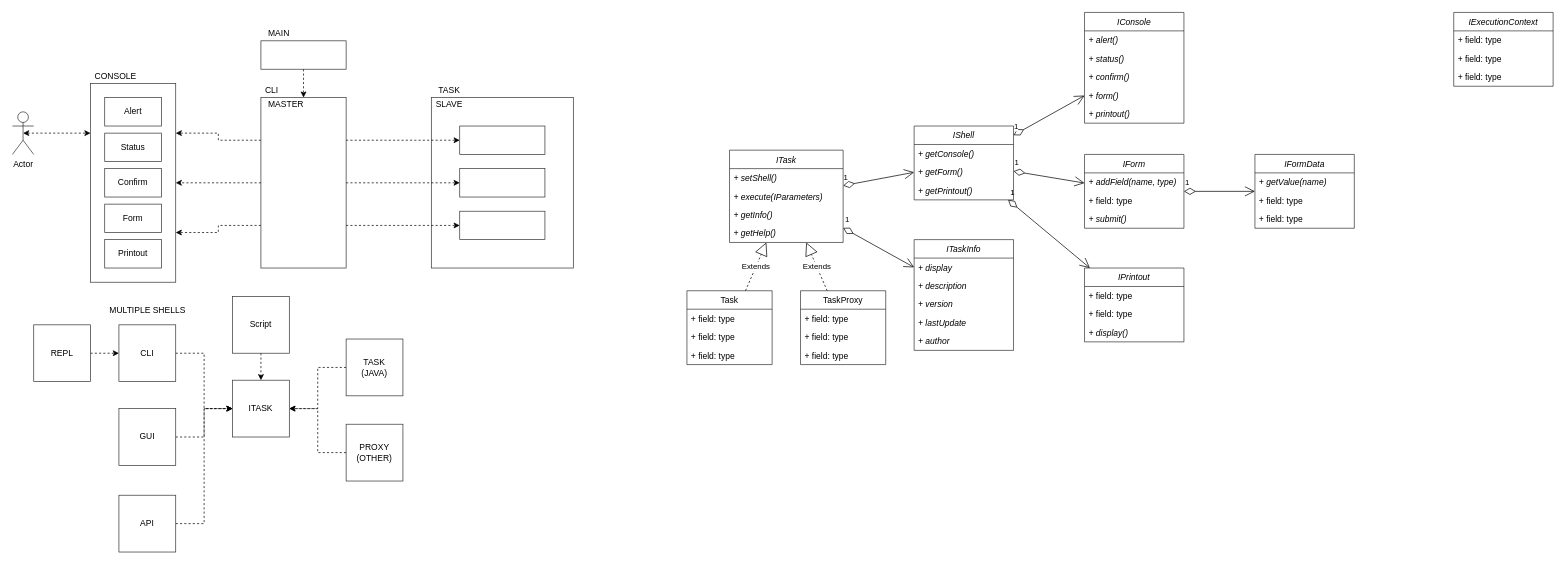
Before: page "Page-9" (9 of 9) of doc/model/diagrams.drawio in js-lib-com/do, a draw.io diagram. Source tidied: cells renumbered, new cells numbered last; positions are measured from the earlier drawing's top-left corner, leaving out a move shared by most shapes. Both pictures are drawn from the tidied source at 71%, with x=0, y=0 at pixel (12, 12).
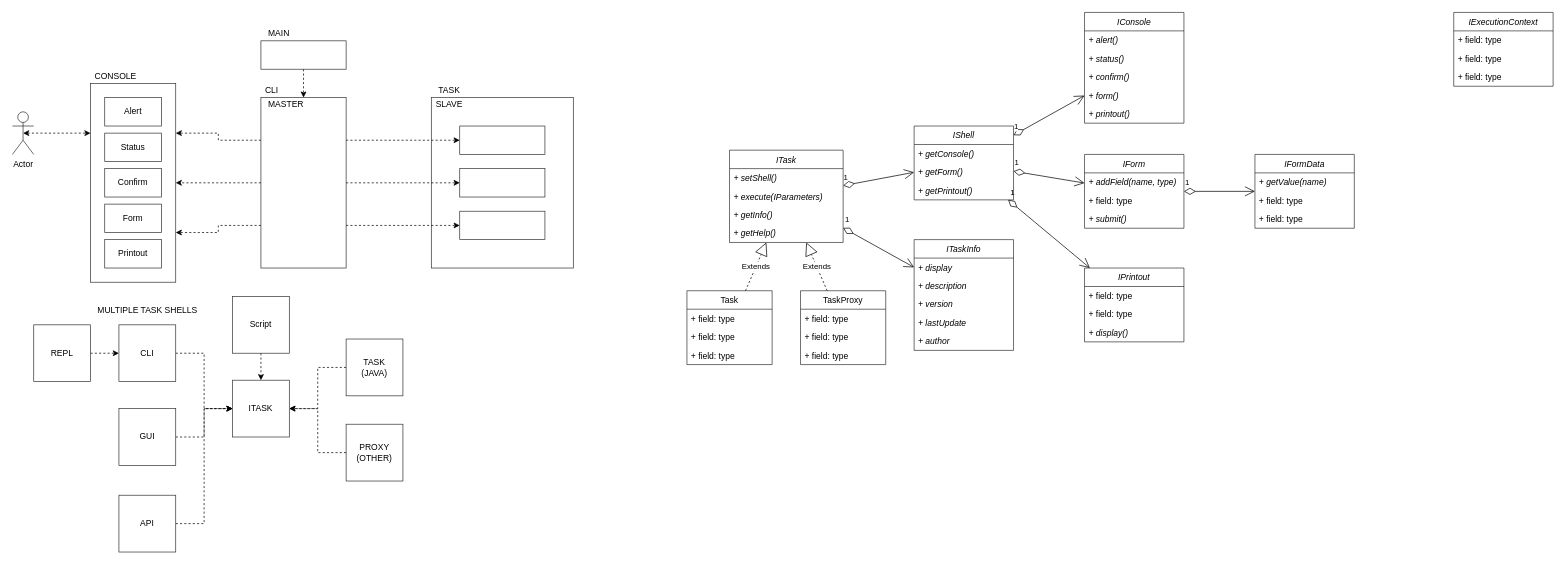
After the change.

What changed in the source:
```diff
@@
-    <mxCell id="38" value="MULTIPLE SHELLS" style="text;html=1;align=center;verticalAlign=middle;" parent="1" vertex="1">
-      <mxGeometry x="130" y="410" width="120" height="20" as="geometry" />
+    <mxCell id="38" value="MULTIPLE TASK SHELLS" style="text;html=1;align=center;verticalAlign=middle;" parent="1" vertex="1">
+      <mxGeometry x="110" y="410" width="160" height="20" as="geometry" />
     </mxCell>
```
